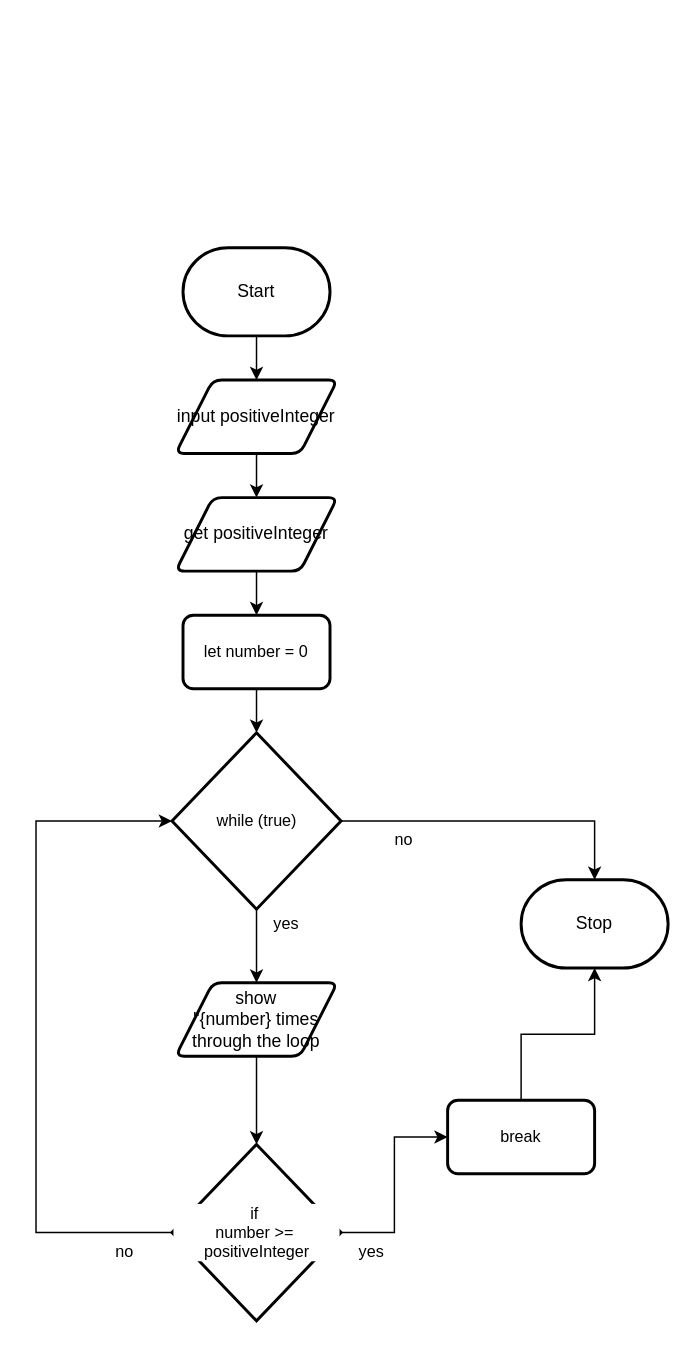
Before: design/flowchart.drawio in MTHS-ICD2O-1-2024/ICD2O-Unit-5-08-Domenic-dangelo, a draw.io diagram. Source tidied: cells renumbered, new cells numbered last; positions are measured from the earlier drawing's top-left corner, leaving out a move shared by most shapes. Both pictures are drawn from the tidied source at 147%, with x=0, y=0 at pixel (35, 247).
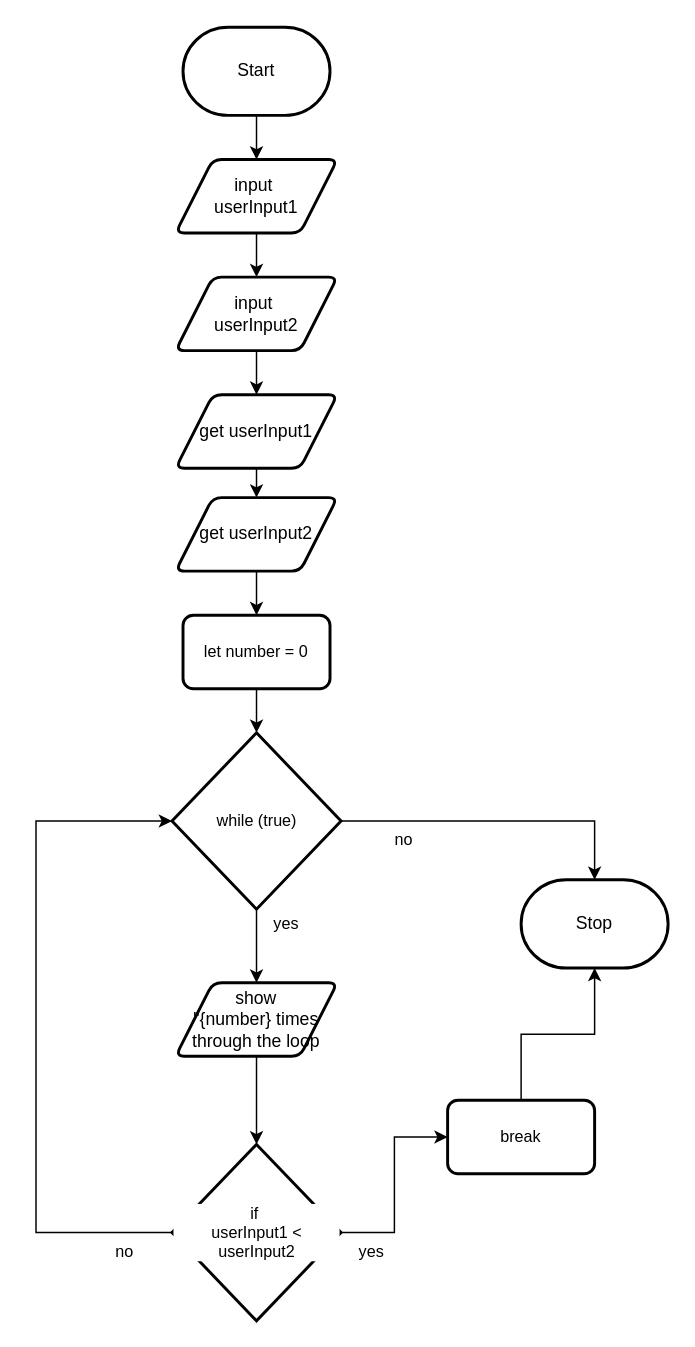
Above is the later version.

The edit, as a diff of the source:
```diff
@@
     <mxCell id="3" value="Start" style="strokeWidth=2;html=1;shape=mxgraph.flowchart.terminator;whiteSpace=wrap;" parent="1" vertex="1">
-      <mxGeometry x="100" width="100" height="60" as="geometry" />
+      <mxGeometry x="100" y="-150" width="100" height="60" as="geometry" />
     </mxCell>
@@
-    <mxCell id="6" value="get positiveInteger" style="shape=parallelogram;html=1;strokeWidth=2;perimeter=parallelogramPerimeter;whiteSpace=wrap;rounded=1;arcSize=12;size=0.23;" parent="1" vertex="1">
+    <mxCell id="6" value="get userInput2" style="shape=parallelogram;html=1;strokeWidth=2;perimeter=parallelogramPerimeter;whiteSpace=wrap;rounded=1;arcSize=12;size=0.23;" parent="1" vertex="1">
       <mxGeometry x="95" y="170" width="110" height="50" as="geometry" />
     </mxCell>
@@
-    <mxCell id="11" style="edgeStyle=orthogonalEdgeStyle;shape=connector;curved=0;rounded=0;html=1;exitX=0.5;exitY=1;exitDx=0;exitDy=0;entryX=0.5;entryY=0;entryDx=0;entryDy=0;strokeColor=default;align=center;verticalAlign=middle;fontFamily=Helvetica;fontSize=11;fontColor=default;labelBackgroundColor=default;endArrow=classic;" parent="1" edge="1" source="12" target="6">
-      <mxGeometry relative="1" as="geometry" />
-    </mxCell>
+    <mxCell id="25" style="edgeStyle=none;html=1;exitX=0.5;exitY=1;exitDx=0;exitDy=0;entryX=0.5;entryY=0;entryDx=0;entryDy=0;" parent="1" edge="1" source="12" target="27">
+      <mxGeometry relative="1" as="geometry" />
+    </mxCell>
-    <mxCell id="12" value="input positiveInteger" style="shape=parallelogram;html=1;strokeWidth=2;perimeter=parallelogramPerimeter;whiteSpace=wrap;rounded=1;arcSize=12;size=0.23;" parent="1" vertex="1">
-      <mxGeometry x="95" y="90" width="110" height="50" as="geometry" />
+    <mxCell id="12" value="input&amp;nbsp;&lt;div&gt;userInput1&lt;/div&gt;" style="shape=parallelogram;html=1;strokeWidth=2;perimeter=parallelogramPerimeter;whiteSpace=wrap;rounded=1;arcSize=12;size=0.23;" parent="1" vertex="1">
+      <mxGeometry x="95" y="-60" width="110" height="50" as="geometry" />
     </mxCell>
@@
-    <mxCell id="15" value="if&amp;nbsp;&lt;div&gt;number &amp;gt;=&amp;nbsp; positiveInteger&lt;/div&gt;" style="strokeWidth=2;html=1;shape=mxgraph.flowchart.decision;whiteSpace=wrap;fontFamily=Helvetica;fontSize=11;fontColor=default;labelBackgroundColor=default;" parent="1" vertex="1">
+    <mxCell id="15" value="if&amp;nbsp;&lt;div&gt;userInput1 &amp;lt; userInput2&lt;/div&gt;" style="strokeWidth=2;html=1;shape=mxgraph.flowchart.decision;whiteSpace=wrap;fontFamily=Helvetica;fontSize=11;fontColor=default;labelBackgroundColor=default;" parent="1" vertex="1">
       <mxGeometry x="92.5" y="610" width="115" height="120" as="geometry" />
     </mxCell>
@@
+    <mxCell id="26" style="edgeStyle=none;html=1;exitX=0.5;exitY=1;exitDx=0;exitDy=0;entryX=0.5;entryY=0;entryDx=0;entryDy=0;" parent="1" edge="1" source="27" target="29">
+      <mxGeometry relative="1" as="geometry" />
+    </mxCell>
+    <mxCell id="27" value="input&amp;nbsp;&lt;div&gt;userInput2&lt;/div&gt;" style="shape=parallelogram;html=1;strokeWidth=2;perimeter=parallelogramPerimeter;whiteSpace=wrap;rounded=1;arcSize=12;size=0.23;" parent="1" vertex="1">
+      <mxGeometry x="95" y="20" width="110" height="50" as="geometry" />
+    </mxCell>
+    <mxCell id="28" style="edgeStyle=none;html=1;exitX=0.5;exitY=1;exitDx=0;exitDy=0;entryX=0.5;entryY=0;entryDx=0;entryDy=0;" parent="1" edge="1" source="29" target="6">
+      <mxGeometry relative="1" as="geometry" />
+    </mxCell>
+    <mxCell id="29" value="get userInput1" style="shape=parallelogram;html=1;strokeWidth=2;perimeter=parallelogramPerimeter;whiteSpace=wrap;rounded=1;arcSize=12;size=0.23;" parent="1" vertex="1">
+      <mxGeometry x="95" y="100" width="110" height="50" as="geometry" />
+    </mxCell>
```
